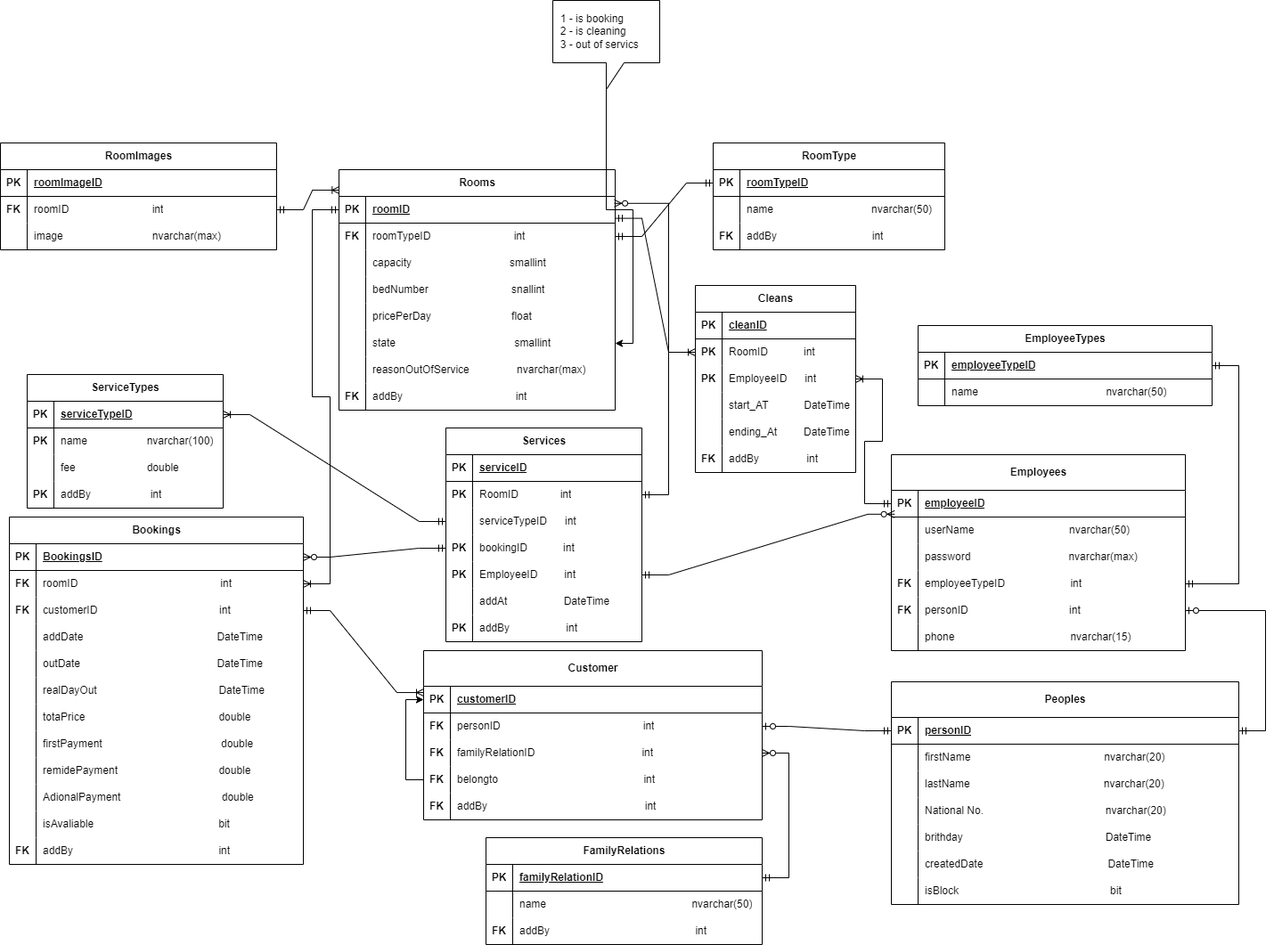
Above: schma for hotel booking.png in Abdullah2100/HotelManagementSystem (draw.io), before the change. Source tidied: cells renumbered, new cells last; positions are measured from the earlier drawing's top-left corner, leaving out a move shared by most shapes.
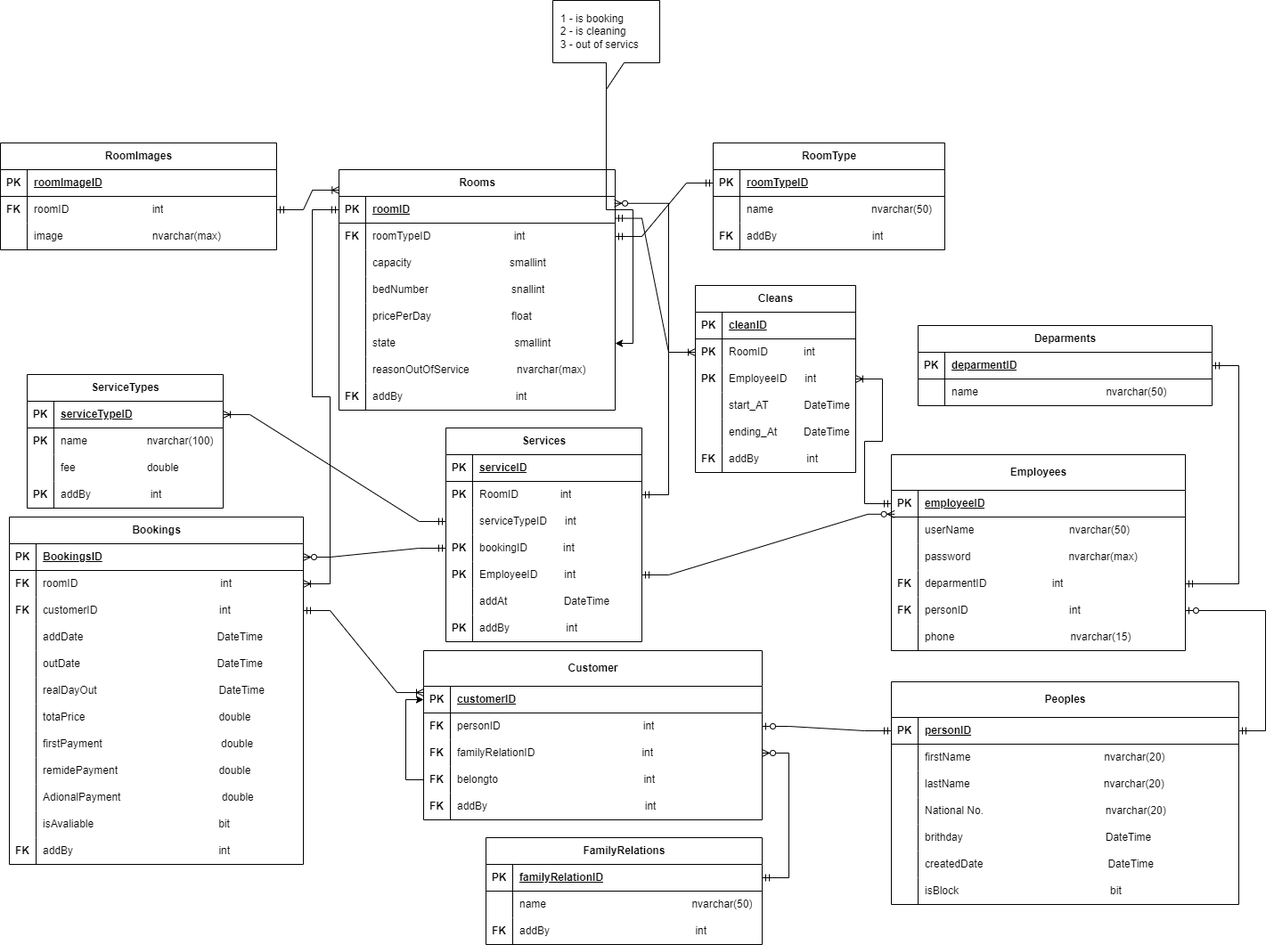
After the change.

Change to the diagram source:
```diff
@@ -104,7 +104,7 @@
     <mxCell id="35" value="&lt;b style=&quot;border-color: var(--border-color);&quot;&gt;FK&lt;/b&gt;" style="shape=partialRectangle;fillColor=none;top=0;left=0;bottom=0;right=0;overflow=hidden;whiteSpace=wrap;html=1;" parent="34" vertex="1">
       <mxGeometry width="30" height="30" as="geometry" />
     </mxCell>
-    <mxCell id="36" value="employeeTypeID&amp;nbsp; &amp;nbsp; &amp;nbsp; &amp;nbsp; &amp;nbsp; &amp;nbsp; &amp;nbsp; &amp;nbsp; &amp;nbsp; &amp;nbsp; &amp;nbsp; int" style="shape=partialRectangle;fillColor=none;top=0;left=0;bottom=0;right=0;align=left;spacingLeft=6;overflow=hidden;whiteSpace=wrap;html=1;" parent="34" vertex="1">
+    <mxCell id="36" value="deparmentID&amp;nbsp; &amp;nbsp; &amp;nbsp; &amp;nbsp; &amp;nbsp; &amp;nbsp; &amp;nbsp; &amp;nbsp; &amp;nbsp; &amp;nbsp; &amp;nbsp; int" style="shape=partialRectangle;fillColor=none;top=0;left=0;bottom=0;right=0;align=left;spacingLeft=6;overflow=hidden;whiteSpace=wrap;html=1;" parent="34" vertex="1">
       <mxGeometry x="30" width="300" height="30" as="geometry" />
     </mxCell>
     <mxCell id="37" style="shape=tableRow;horizontal=0;startSize=0;swimlaneHead=0;swimlaneBody=0;fillColor=none;points=[[0,0.5],[1,0.5]];portConstraint=eastwest;top=0;left=0;right=0;bottom=0;" parent="24" vertex="1">
@@ -125,7 +125,7 @@
     <mxCell id="42" value="phone&amp;nbsp; &amp;nbsp; &amp;nbsp; &amp;nbsp; &amp;nbsp; &amp;nbsp; &amp;nbsp; &amp;nbsp; &amp;nbsp; &amp;nbsp; &amp;nbsp; &amp;nbsp; &amp;nbsp; &amp;nbsp; &amp;nbsp; &amp;nbsp; &amp;nbsp; &amp;nbsp; &amp;nbsp; &amp;nbsp;nvarchar(15)" style="shape=partialRectangle;fillColor=none;top=0;left=0;bottom=0;right=0;align=left;spacingLeft=6;overflow=hidden;whiteSpace=wrap;html=1;" parent="40" vertex="1">
       <mxGeometry x="30" width="300" height="30" as="geometry" />
     </mxCell>
-    <mxCell id="43" value="EmployeeTypes" style="shape=table;startSize=30;rowLines=0;fontStyle=1;align=center;html=1;" parent="1" vertex="1">
+    <mxCell id="43" value="Deparments" style="shape=table;startSize=30;rowLines=0;fontStyle=1;align=center;html=1;" parent="1" vertex="1">
       <mxGeometry x="1030" y="365" width="330" height="90" as="geometry" />
     </mxCell>
     <mxCell id="44" style="shape=tableRow;horizontal=0;startSize=0;swimlaneHead=0;swimlaneBody=0;fillColor=none;points=[[0,0.5],[1,0.5]];portConstraint=eastwest;top=0;left=0;right=0;bottom=1;" parent="43" vertex="1">
@@ -134,7 +134,7 @@
     <mxCell id="45" value="PK" style="shape=partialRectangle;fillColor=none;top=0;left=0;bottom=0;right=0;fontStyle=1;overflow=hidden;whiteSpace=wrap;html=1;" parent="44" vertex="1">
       <mxGeometry width="30" height="30" as="geometry" />
     </mxCell>
-    <mxCell id="46" value="employeeTypeID" style="shape=partialRectangle;fillColor=none;top=0;left=0;bottom=0;right=0;align=left;spacingLeft=6;fontStyle=5;overflow=hidden;whiteSpace=wrap;html=1;" parent="44" vertex="1">
+    <mxCell id="46" value="deparmentID" style="shape=partialRectangle;fillColor=none;top=0;left=0;bottom=0;right=0;align=left;spacingLeft=6;fontStyle=5;overflow=hidden;whiteSpace=wrap;html=1;" parent="44" vertex="1">
       <mxGeometry x="30" width="300" height="30" as="geometry" />
     </mxCell>
     <mxCell id="47" style="shape=tableRow;horizontal=0;startSize=0;swimlaneHead=0;swimlaneBody=0;fillColor=none;top=0;left=0;right=0;bottom=0;" parent="43" vertex="1">
```
